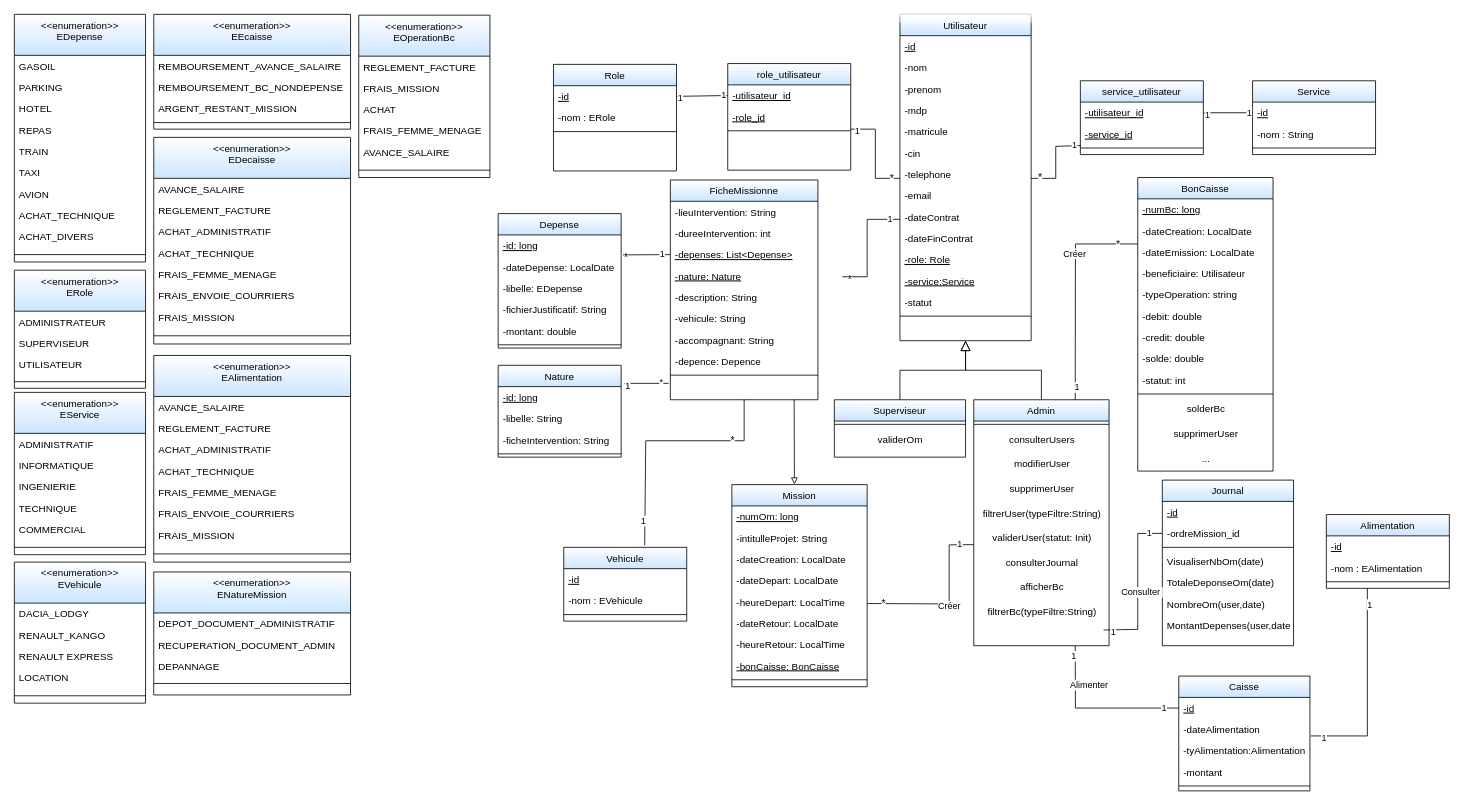
BARIGOU-Imane/Gestion-des-Ordres-de-Mission keeps this draw.io diagram as ClassDiagram.drawio. Above is the earlier version. Source tidied: cells renumbered, new cells numbered last; positions are measured from the earlier drawing's top-left corner, leaving out a move shared by most shapes. Both pictures are drawn from the tidied source at 82%, with x=0, y=0 at pixel (14, 14).
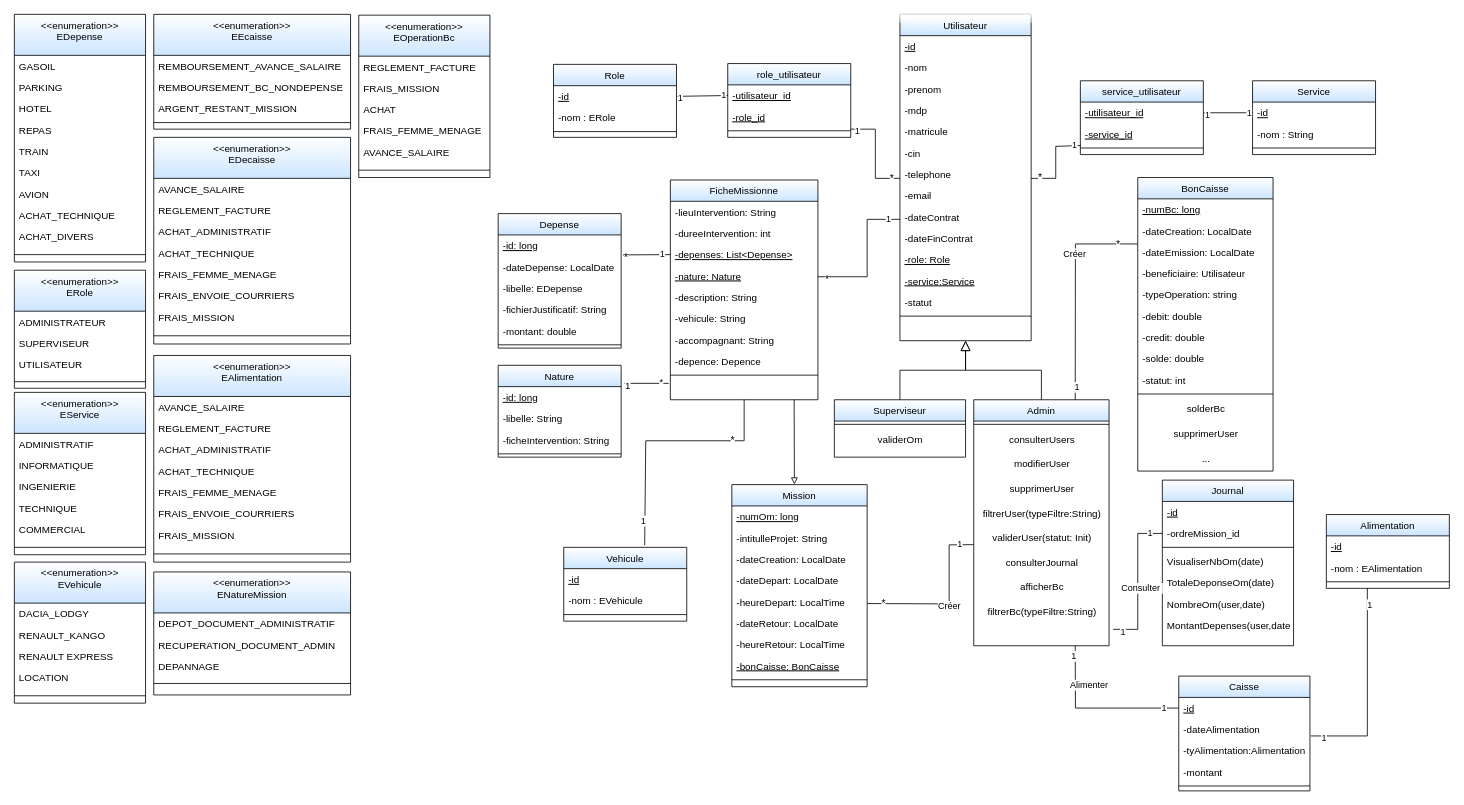
Above is the later version.

Commit message (it also covers changes not shown here):
Mettre à jour ClassDiagram.drawio

Unchanged cells that the change refers to:
```xml
<mxCell id="31" value="filtrerBc(typeFiltre:String)" style="text;html=1;align=center;verticalAlign=middle;points=[];strokeColor=none;fillColor=none;" parent="22" vertex="1">
  <mxGeometry y="244" width="165" height="30" as="geometry" />
</mxCell>
<mxCell id="75" value="-ordreMission_id" style="text;align=left;verticalAlign=top;spacingLeft=4;spacingRight=4;overflow=hidden;points=[[0,0.5],[1,0.5]];portConstraint=eastwest;" parent="73" vertex="1">
  <mxGeometry y="52" width="160" height="26" as="geometry" />
</mxCell>
```

Diff of the diagram source:
```diff
@@
     <mxCell id="33" value="role_utilisateur" style="swimlane;fontStyle=0;align=center;verticalAlign=top;horizontal=1;startSize=26;rounded=0;shadow=0;strokeWidth=1;gradientColor=#CCE5FF;" parent="1" vertex="1">
-      <mxGeometry x="870" y="60" width="150" height="130" as="geometry" />
+      <mxGeometry x="870" y="60" width="150" height="90" as="geometry" />
     </mxCell>
@@
     <mxCell id="45" value="Role" style="swimlane;fontStyle=0;align=center;verticalAlign=top;horizontal=1;startSize=26;rounded=0;shadow=0;strokeWidth=1;gradientColor=#CCE5FF;" parent="1" vertex="1">
-      <mxGeometry x="657.5" y="61" width="150" height="130" as="geometry" />
+      <mxGeometry x="657.5" y="61" width="150" height="89" as="geometry" />
     </mxCell>
@@
-    <mxCell id="81" style="endArrow=none;html=1;rounded=0;entryX=0;entryY=0.5;entryDx=0;entryDy=0;exitX=0.96;exitY=1.226;exitDx=0;exitDy=0;exitPerimeter=0;" parent="1" edge="1" source="31" target="75">
+    <mxCell id="81" style="endArrow=none;html=1;rounded=0;entryX=0;entryY=0.5;entryDx=0;entryDy=0;" parent="1" edge="1" target="75">
       <mxGeometry relative="1" as="geometry">
+        <mxPoint x="1340" y="750" as="sourcePoint" />
         <Array as="points">
           <mxPoint x="1370" y="750" />
           <mxPoint x="1370" y="633" />
         </Array>
       </mxGeometry>
     </mxCell>
@@
     <mxCell id="203" style="endArrow=none;html=1;rounded=0;" parent="1" edge="1">
       <mxGeometry relative="1" as="geometry">
-        <mxPoint x="1010" y="320" as="sourcePoint" />
+        <mxPoint x="980" y="320" as="sourcePoint" />
         <mxPoint x="1080" y="250" as="targetPoint" />
         <Array as="points">
           <mxPoint x="1040" y="320" />
           <mxPoint x="1040" y="250" />
         </Array>
       </mxGeometry>
     </mxCell>
```
